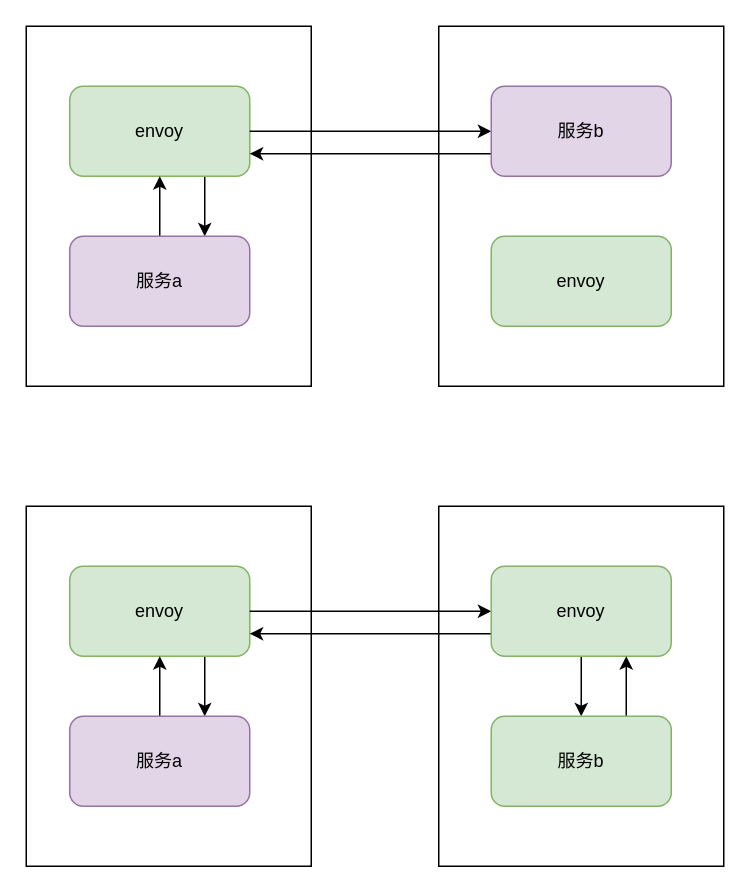
Earlier version of the draw.io diagram envoy.drawio (xinguai/awsohorse). Source tidied: cells renumbered, new cells numbered last; positions are measured from the earlier drawing's top-left corner, leaving out a move shared by most shapes. Both pictures are drawn from the tidied source at 150%, with x=0, y=0 at pixel (26, 26).
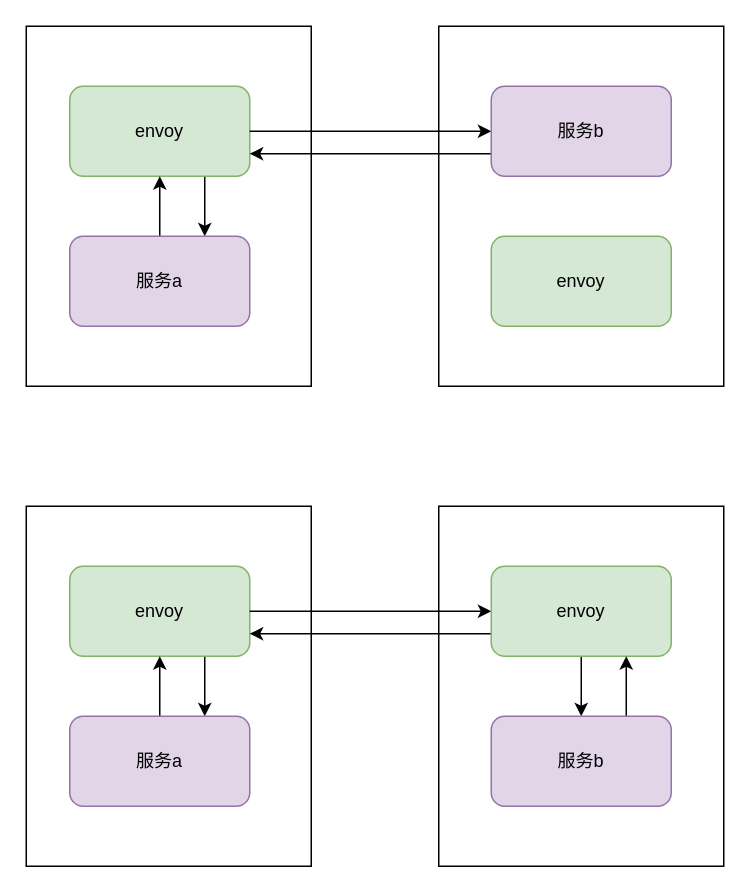
Above is the later version.

Diff of the diagram source:
```diff
@@
-    <mxCell id="23" value="服务b" style="rounded=1;whiteSpace=wrap;html=1;fillColor=#d5e8d4;strokeColor=#82b366;" parent="1" vertex="1">
+    <mxCell id="23" value="服务b" style="rounded=1;whiteSpace=wrap;html=1;fillColor=#e1d5e7;strokeColor=#9673a6;" parent="1" vertex="1">
       <mxGeometry x="310" y="460" width="120" height="60" as="geometry" />
     </mxCell>
```
